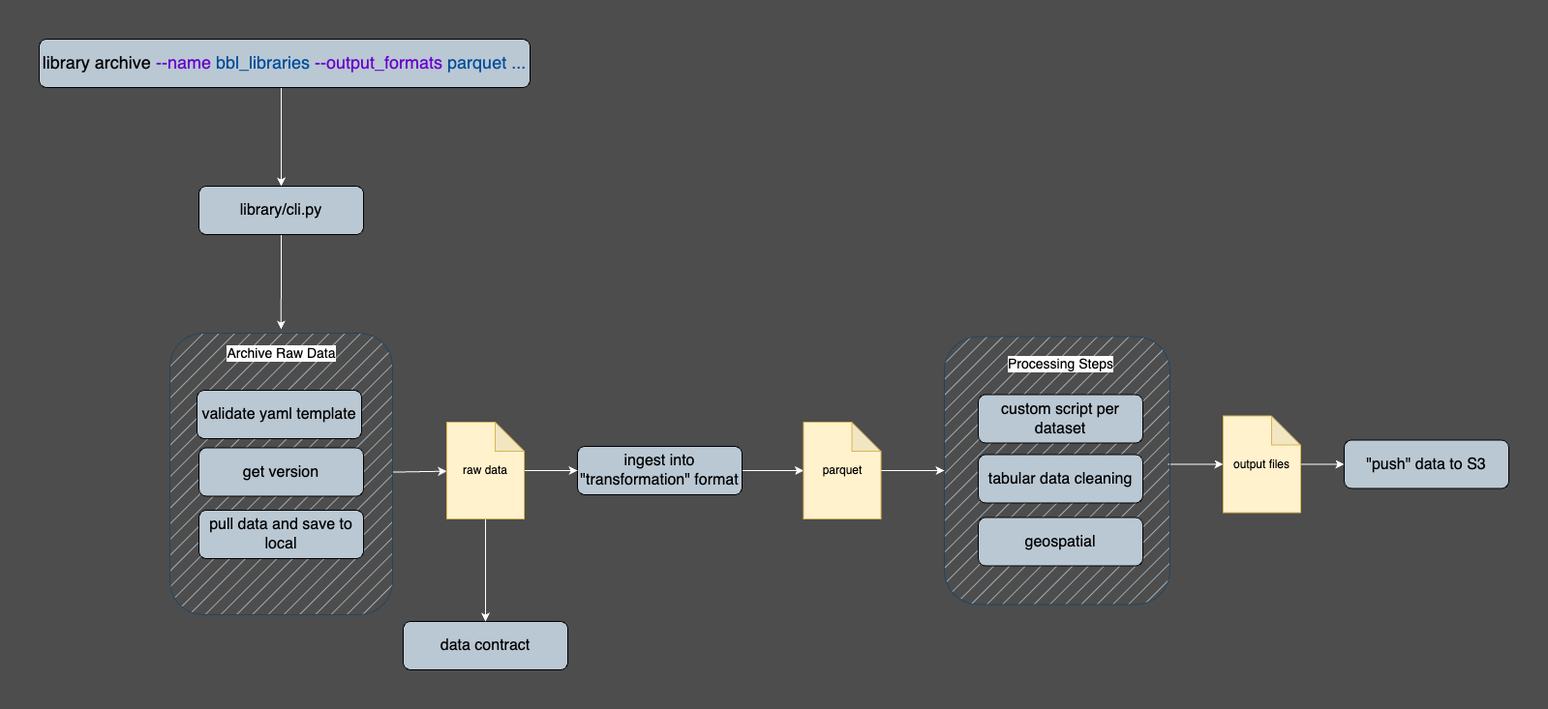
Before: docs/diagrams/desired_workflow_data_library.drawio.png, a diagram exported from draw.io (NYCPlanning/data-engineering). Source tidied: cells renumbered, new cells last; positions are measured from the earlier drawing's top-left corner, leaving out a move shared by most shapes.
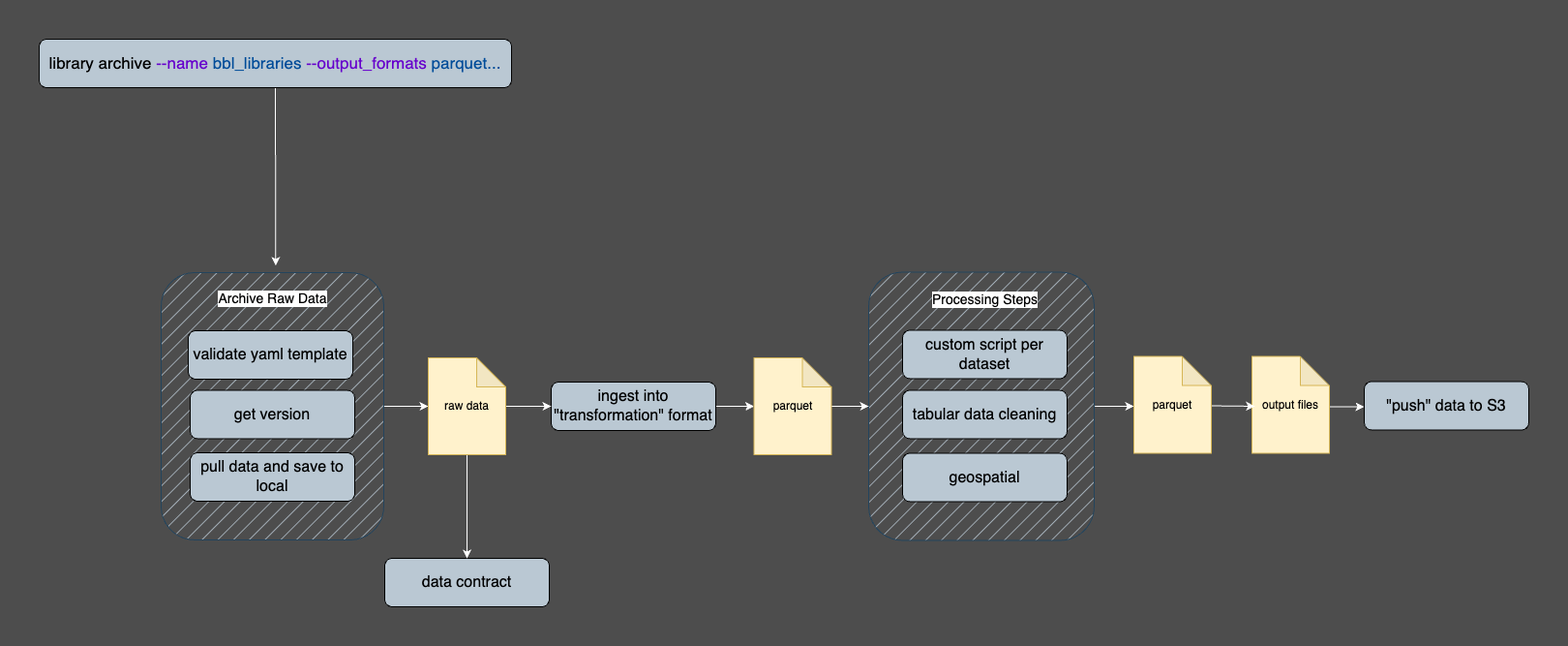
After the change.

The edit, as a diff of the source:
```diff
@@ -2,13 +2,13 @@
   <root>
     <mxCell id="0" />
     <mxCell id="1" parent="0" />
-    <mxCell id="2" style="edgeStyle=none;html=1;entryX=0;entryY=0.5;entryDx=0;entryDy=0;entryPerimeter=0;strokeColor=#FFFFFF;" parent="1" edge="1" target="26">
-      <mxGeometry relative="1" as="geometry">
-        <mxPoint x="1166" y="439.5" as="sourcePoint" />
-      </mxGeometry>
-    </mxCell>
+    <mxCell id="34" style="edgeStyle=none;html=1;exitX=1;exitY=0.5;exitDx=0;exitDy=0;strokeColor=#FFFFFF;" parent="1" edge="1" source="3">
+      <mxGeometry relative="1" as="geometry">
+        <mxPoint x="1140" y="446" as="targetPoint" />
+      </mxGeometry>
+    </mxCell>
     <mxCell id="3" value="&lt;span style=&quot;font-size: 16px;&quot;&gt;&lt;br&gt;&lt;/span&gt;" style="shape=rect;html=1;rounded=1;whiteSpace=wrap;align=center;fillColor=#bac8d3;strokeColor=#23445d;fillStyle=hatch;" parent="1" vertex="1">
-      <mxGeometry x="935" y="307.5" width="233" height="277" as="geometry" />
+      <mxGeometry x="866" y="307.5" width="233" height="277" as="geometry" />
     </mxCell>
     <mxCell id="4" style="edgeStyle=none;html=1;entryX=0.5;entryY=0;entryDx=0;entryDy=0;strokeColor=#CCCCCC;startArrow=classic;startFill=1;" parent="1" edge="1">
       <mxGeometry relative="1" as="geometry">
@@ -35,69 +35,64 @@
         <mxPoint x="735" y="594" as="targetPoint" />
       </mxGeometry>
     </mxCell>
-    <mxCell id="9" style="edgeStyle=none;html=1;strokeColor=#fdfcfc;entryX=0.5;entryY=0;entryDx=0;entryDy=0;" parent="1" edge="1" target="12">
-      <mxGeometry relative="1" as="geometry">
-        <mxPoint x="250" y="48" as="sourcePoint" />
-      </mxGeometry>
-    </mxCell>
+    <mxCell id="11" style="edgeStyle=none;html=1;exitX=0.5;exitY=1;exitDx=0;exitDy=0;strokeColor=#FFFFFF;" parent="1" edge="1" source="10">
+      <mxGeometry relative="1" as="geometry">
+        <mxPoint x="253.3" y="300.7" as="targetPoint" />
+      </mxGeometry>
+    </mxCell>
-    <mxCell id="10" value="&lt;font style=&quot;font-size: 18px;&quot;&gt;&lt;span style=&quot;caret-color: rgb(0, 0, 0);&quot;&gt;library archive&lt;span class=&quot;Apple-converted-space&quot;&gt;&amp;nbsp;&lt;/span&gt;&lt;/span&gt;&lt;font style=&quot;border-color: var(--border-color); font-size: 18px;&quot; color=&quot;#6600cc&quot;&gt;--name&lt;/font&gt;&lt;span style=&quot;caret-color: rgb(0, 0, 0);&quot;&gt;&amp;nbsp;&lt;/span&gt;&lt;font style=&quot;border-color: var(--border-color); font-size: 18px;&quot; color=&quot;#004c99&quot;&gt;bbl_libraries&lt;/font&gt;&lt;span style=&quot;caret-color: rgb(0, 0, 0);&quot;&gt;&amp;nbsp;&lt;/span&gt;&lt;font style=&quot;border-color: var(--border-color); font-size: 18px;&quot; color=&quot;#6600cc&quot;&gt;--output_formats&lt;/font&gt;&lt;span style=&quot;caret-color: rgb(0, 0, 0);&quot;&gt;&amp;nbsp;&lt;/span&gt;&lt;font style=&quot;border-color: var(--border-color); font-size: 18px;&quot; color=&quot;#004c99&quot;&gt;parquet ...&lt;/font&gt;&lt;/font&gt;&lt;span style=&quot;font-size: 16px;&quot;&gt;&lt;br&gt;&lt;/span&gt;" style="shape=rect;html=1;rounded=1;whiteSpace=wrap;align=center;fillColor=#BAC8D3;" parent="1" vertex="1">
-      <mxGeometry width="507" height="50" as="geometry" />
+    <mxCell id="10" value="&lt;font style=&quot;font-size: 17px;&quot;&gt;&lt;span style=&quot;caret-color: rgb(0, 0, 0);&quot;&gt;library archive&lt;span class=&quot;Apple-converted-space&quot;&gt;&amp;nbsp;&lt;/span&gt;&lt;/span&gt;&lt;font style=&quot;border-color: var(--border-color); font-size: 17px;&quot; color=&quot;#6600cc&quot;&gt;--name&lt;/font&gt;&lt;span style=&quot;caret-color: rgb(0, 0, 0);&quot;&gt;&amp;nbsp;&lt;/span&gt;&lt;font style=&quot;border-color: var(--border-color); font-size: 17px;&quot; color=&quot;#004c99&quot;&gt;bbl_libraries&lt;/font&gt;&lt;span style=&quot;caret-color: rgb(0, 0, 0);&quot;&gt;&amp;nbsp;&lt;/span&gt;&lt;font style=&quot;border-color: var(--border-color); font-size: 17px;&quot; color=&quot;#6600cc&quot;&gt;--output_formats&lt;/font&gt;&lt;span style=&quot;caret-color: rgb(0, 0, 0);&quot;&gt;&amp;nbsp;&lt;/span&gt;&lt;font style=&quot;border-color: var(--border-color); font-size: 17px;&quot; color=&quot;#004c99&quot;&gt;parquet...&lt;/font&gt;&lt;/font&gt;&lt;span style=&quot;font-size: 16px;&quot;&gt;&lt;br&gt;&lt;/span&gt;" style="shape=rect;html=1;rounded=1;whiteSpace=wrap;align=center;fillColor=#BAC8D3;" parent="1" vertex="1">
+      <mxGeometry x="9" y="67" width="488" height="50" as="geometry" />
     </mxCell>
-    <mxCell id="11" style="edgeStyle=none;html=1;exitX=0.5;exitY=1;exitDx=0;exitDy=0;strokeColor=#FFFFFF;fontSize=14;" parent="1" edge="1" source="12">
-      <mxGeometry relative="1" as="geometry">
-        <mxPoint x="249.8" y="300" as="targetPoint" />
-      </mxGeometry>
-    </mxCell>
-    <mxCell id="12" value="&lt;span style=&quot;font-size: 16px;&quot;&gt;library/cli.py&lt;br&gt;&lt;/span&gt;" style="shape=rect;html=1;rounded=1;whiteSpace=wrap;align=center;fillColor=#BAC8D3;" parent="1" vertex="1">
-      <mxGeometry x="165" y="152" width="170" height="50" as="geometry" />
-    </mxCell>
-    <mxCell id="13" value="&lt;span style=&quot;font-size: 16px;&quot;&gt;data contract&lt;br&gt;&lt;/span&gt;" style="shape=rect;html=1;rounded=1;whiteSpace=wrap;align=center;fillColor=#BAC8D3;" parent="1" vertex="1">
-      <mxGeometry x="376" y="602" width="170" height="50" as="geometry" />
+    <mxCell id="13" value="&lt;span style=&quot;font-size: 16px;&quot;&gt;data contract&lt;br&gt;&lt;/span&gt;" style="shape=rect;html=1;rounded=1;whiteSpace=wrap;align=center;fillColor=#BAC8D3;gradientColor=none;" parent="1" vertex="1">
+      <mxGeometry x="366" y="603" width="170" height="50" as="geometry" />
     </mxCell>
     <mxCell id="14" value="&lt;span style=&quot;font-size: 16px;&quot;&gt;&quot;push&quot; data to S3&lt;br&gt;&lt;/span&gt;" style="shape=rect;html=1;rounded=1;whiteSpace=wrap;align=center;fillColor=#BAC8D3;" parent="1" vertex="1">
-      <mxGeometry x="1348" y="414.5" width="170" height="50" as="geometry" />
+      <mxGeometry x="1378" y="420.5" width="170" height="50" as="geometry" />
     </mxCell>
     <mxCell id="15" style="edgeStyle=none;html=1;strokeColor=#FFFFFF;" parent="1" edge="1" source="16" target="28">
       <mxGeometry relative="1" as="geometry" />
     </mxCell>
     <mxCell id="16" value="&lt;span style=&quot;font-size: 16px;&quot;&gt;ingest into &quot;transformation&quot; format&lt;br&gt;&lt;/span&gt;" style="shape=rect;html=1;rounded=1;whiteSpace=wrap;align=center;fillColor=#BAC8D3;" parent="1" vertex="1">
-      <mxGeometry x="556" y="421" width="170" height="50" as="geometry" />
+      <mxGeometry x="538" y="421" width="170" height="50" as="geometry" />
     </mxCell>
     <mxCell id="17" value="&lt;span style=&quot;font-size: 16px;&quot;&gt;tabular data cleaning&lt;br&gt;&lt;/span&gt;" style="shape=rect;html=1;rounded=1;whiteSpace=wrap;align=center;fillColor=#BAC8D3;" parent="1" vertex="1">
-      <mxGeometry x="970" y="429.5" width="170" height="50" as="geometry" />
+      <mxGeometry x="901" y="429.5" width="170" height="50" as="geometry" />
     </mxCell>
     <mxCell id="18" value="&lt;span style=&quot;font-size: 16px;&quot;&gt;custom script per dataset&lt;br&gt;&lt;/span&gt;" style="shape=rect;html=1;rounded=1;whiteSpace=wrap;align=center;fillColor=#BAC8D3;" parent="1" vertex="1">
-      <mxGeometry x="970" y="367.5" width="170" height="50" as="geometry" />
+      <mxGeometry x="901" y="367.5" width="170" height="50" as="geometry" />
     </mxCell>
     <mxCell id="19" value="&lt;span style=&quot;font-size: 16px;&quot;&gt;geospatial&lt;br&gt;&lt;/span&gt;" style="shape=rect;html=1;rounded=1;whiteSpace=wrap;align=center;fillColor=#BAC8D3;" parent="1" vertex="1">
-      <mxGeometry x="970" y="494.5" width="170" height="50" as="geometry" />
+      <mxGeometry x="901" y="494.5" width="170" height="50" as="geometry" />
     </mxCell>
     <mxCell id="20" style="edgeStyle=none;html=1;strokeColor=#FFFFFF;" parent="1" edge="1" source="21" target="31">
       <mxGeometry relative="1" as="geometry" />
     </mxCell>
     <mxCell id="21" value="&lt;span style=&quot;font-size: 16px;&quot;&gt;&lt;br&gt;&lt;/span&gt;" style="shape=rect;html=1;rounded=1;whiteSpace=wrap;align=center;fillColor=#bac8d3;strokeColor=#23445d;fillStyle=hatch;" parent="1" vertex="1">
-      <mxGeometry x="135" y="304" width="230" height="291" as="geometry" />
+      <mxGeometry x="135" y="308" width="230" height="276" as="geometry" />
     </mxCell>
     <mxCell id="22" value="&lt;span style=&quot;font-size: 16px;&quot;&gt;validate yaml template&lt;br&gt;&lt;/span&gt;" style="shape=rect;html=1;rounded=1;whiteSpace=wrap;align=center;fillColor=#BAC8D3;" parent="1" vertex="1">
-      <mxGeometry x="163" y="363" width="170" height="50" as="geometry" />
+      <mxGeometry x="163" y="368" width="170" height="50" as="geometry" />
     </mxCell>
     <mxCell id="23" value="&lt;span style=&quot;font-size: 16px;&quot;&gt;get version&lt;br&gt;&lt;/span&gt;" style="shape=rect;html=1;rounded=1;whiteSpace=wrap;align=center;fillColor=#BAC8D3;" parent="1" vertex="1">
-      <mxGeometry x="165" y="422.5" width="170" height="50" as="geometry" />
+      <mxGeometry x="165" y="429.5" width="170" height="50" as="geometry" />
     </mxCell>
     <mxCell id="24" value="&lt;span style=&quot;font-size: 16px;&quot;&gt;pull data and save to local&lt;br&gt;&lt;/span&gt;" style="shape=rect;html=1;rounded=1;whiteSpace=wrap;align=center;fillColor=#BAC8D3;" parent="1" vertex="1">
-      <mxGeometry x="165" y="487" width="170" height="50" as="geometry" />
+      <mxGeometry x="165" y="494" width="170" height="50" as="geometry" />
     </mxCell>
-    <mxCell id="25" style="edgeStyle=none;html=1;strokeColor=#FFFFFF;" parent="1" edge="1" source="26" target="14">
-      <mxGeometry relative="1" as="geometry" />
+    <mxCell id="25" style="edgeStyle=none;html=1;strokeColor=#FFFFFF;" parent="1" edge="1">
+      <mxGeometry relative="1" as="geometry">
+        <mxPoint x="1342" y="446.5" as="sourcePoint" />
+        <mxPoint x="1378" y="446.5" as="targetPoint" />
+      </mxGeometry>
     </mxCell>
     <mxCell id="26" value="output files" style="shape=note;whiteSpace=wrap;html=1;backgroundOutline=1;darkOpacity=0.05;fillColor=#fff2cc;strokeColor=#d6b656;" parent="1" vertex="1">
-      <mxGeometry x="1223" y="389.5" width="80" height="100" as="geometry" />
+      <mxGeometry x="1262" y="394.5" width="80" height="100" as="geometry" />
     </mxCell>
     <mxCell id="27" style="edgeStyle=none;html=1;entryX=0;entryY=0.5;entryDx=0;entryDy=0;strokeColor=#FFFFFF;fontSize=14;" parent="1" edge="1" source="28" target="3">
       <mxGeometry relative="1" as="geometry" />
     </mxCell>
     <mxCell id="28" value="parquet" style="shape=note;whiteSpace=wrap;html=1;backgroundOutline=1;darkOpacity=0.05;fillColor=#fff2cc;strokeColor=#d6b656;" parent="1" vertex="1">
-      <mxGeometry x="789.5" y="396" width="80" height="100" as="geometry" />
+      <mxGeometry x="747.5" y="396" width="80" height="100" as="geometry" />
     </mxCell>
     <mxCell id="29" style="edgeStyle=none;html=1;entryX=0;entryY=0.5;entryDx=0;entryDy=0;strokeColor=#FFFFFF;" parent="1" edge="1" source="31" target="16">
       <mxGeometry relative="1" as="geometry" />
@@ -106,13 +101,22 @@
       <mxGeometry relative="1" as="geometry" />
     </mxCell>
     <mxCell id="31" value="raw data" style="shape=note;whiteSpace=wrap;html=1;backgroundOutline=1;darkOpacity=0.05;fillColor=#fff2cc;strokeColor=#d6b656;" parent="1" vertex="1">
-      <mxGeometry x="421" y="396" width="80" height="100" as="geometry" />
+      <mxGeometry x="411" y="396" width="80" height="100" as="geometry" />
     </mxCell>
     <mxCell id="32" value="Archive Raw Data" style="text;html=1;align=center;verticalAlign=middle;strokeColor=none;fillColor=none;labelBackgroundColor=default;fontSize=14;" parent="1" vertex="1">
-      <mxGeometry x="185" y="310" width="130" height="29" as="geometry" />
+      <mxGeometry x="185" y="320" width="130" height="29" as="geometry" />
     </mxCell>
     <mxCell id="33" value="Processing Steps" style="text;html=1;align=center;verticalAlign=middle;strokeColor=none;fillColor=none;labelBackgroundColor=default;fontSize=14;" parent="1" vertex="1">
-      <mxGeometry x="991.5" y="321" width="127" height="29" as="geometry" />
+      <mxGeometry x="922.5" y="321" width="127" height="29" as="geometry" />
     </mxCell>
+    <mxCell id="35" style="edgeStyle=none;html=1;strokeColor=#FFFFFF;" parent="1" edge="1">
+      <mxGeometry relative="1" as="geometry">
+        <mxPoint x="1220" y="445.5" as="sourcePoint" />
+        <mxPoint x="1265" y="446" as="targetPoint" />
+      </mxGeometry>
+    </mxCell>
+    <mxCell id="36" value="parquet" style="shape=note;whiteSpace=wrap;html=1;backgroundOutline=1;darkOpacity=0.05;fillColor=#fff2cc;strokeColor=#d6b656;" parent="1" vertex="1">
+      <mxGeometry x="1140" y="394.5" width="80" height="100" as="geometry" />
+    </mxCell>
   </root>
 </mxGraphModel>
```
